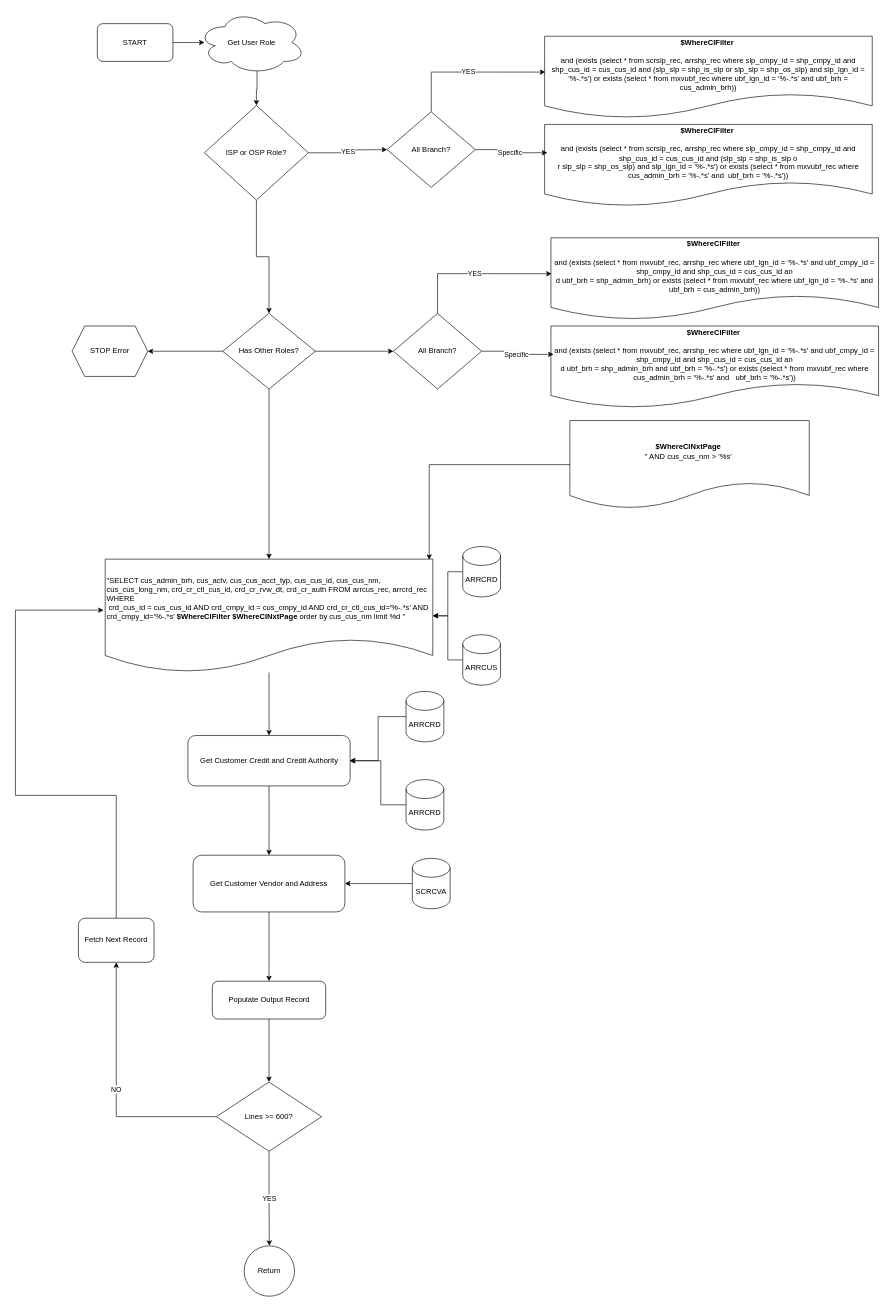
Earlier version of the draw.io diagram Get_Customer_Id_by_Credit_Ctl.drawio (eme-invera/Customer_Maintenance). Source tidied: cells renumbered, new cells numbered last; positions are measured from the earlier drawing's top-left corner, leaving out a move shared by most shapes. Both pictures are drawn from the tidied source at 63%, with x=0, y=0 at pixel (15, 11).
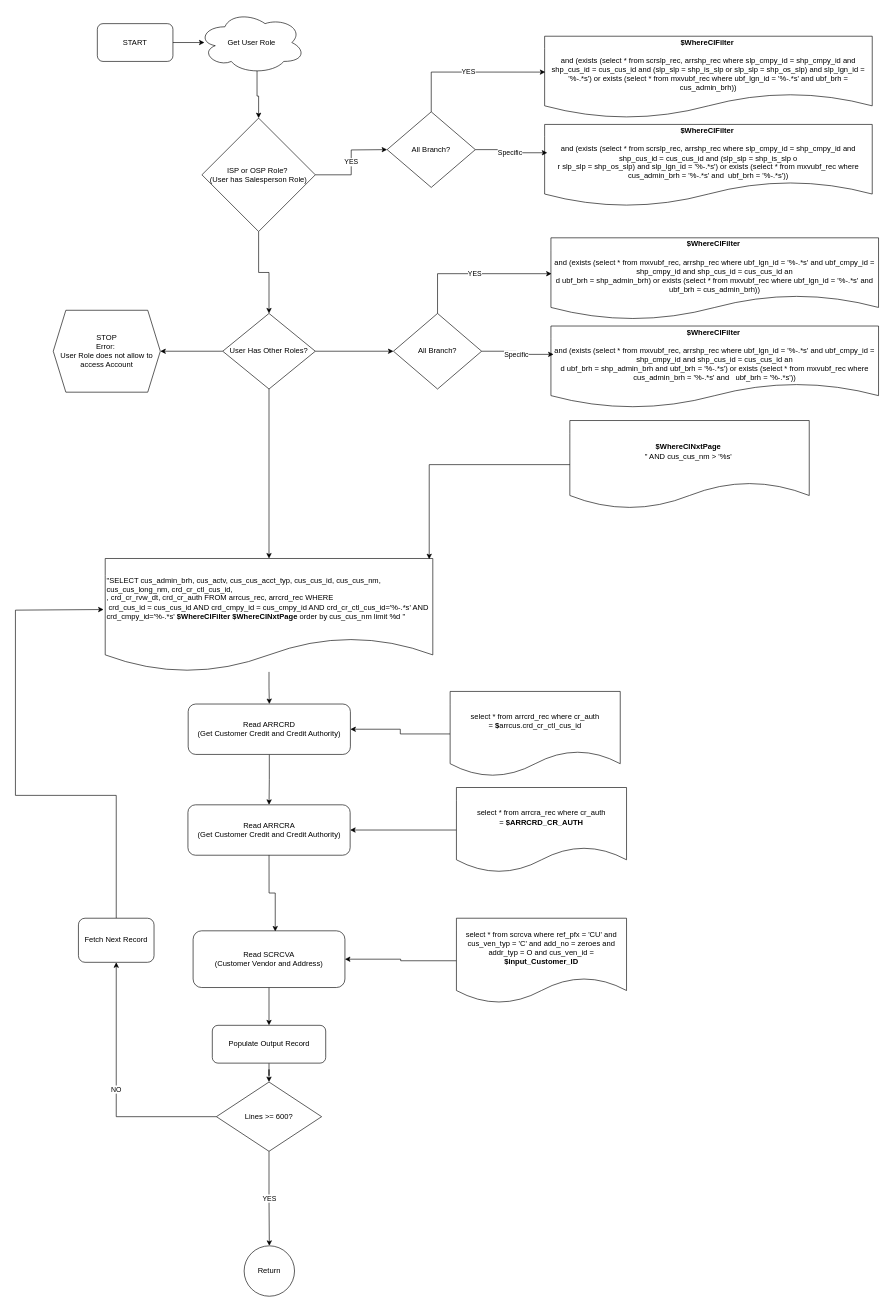
After the change.

What changed in the source:
```diff
@@
-    <mxCell id="3" style="edgeStyle=orthogonalEdgeStyle;rounded=0;jettySize=auto;html=1;" parent="1" edge="1" source="4" target="33">
+    <mxCell id="3" style="edgeStyle=orthogonalEdgeStyle;rounded=0;jettySize=auto;html=1;" parent="1" edge="1" source="4" target="58">
       <mxGeometry relative="1" as="geometry" />
     </mxCell>
-    <mxCell id="4" value="&lt;div&gt;&quot;SELECT cus_admin_brh, cus_actv, cus_cus_acct_typ, cus_cus_id, cus_cus_nm, cus_cus_long_nm, crd_cr_ctl_cus_id, crd_cr_rvw_dt, crd_cr_auth FROM arrcus_rec, arrcrd_rec WHERE&lt;/div&gt;&lt;div&gt;&amp;nbsp;crd_cus_id = cus_cus_id AND crd_cmpy_id = cus_cmpy_id AND crd_cr_ctl_cus_id='%-.*s' AND crd_cmpy_id='%-.*s' &lt;b&gt;$WhereClFilter $WhereClNxtPage&amp;nbsp;&lt;/b&gt;order by cus_cus_nm limit %d &quot;&lt;/div&gt;" style="shape=document;html=1;boundedLbl=1;whiteSpace=wrap;align=left;" parent="1" vertex="1">
-      <mxGeometry x="142.5" y="870" width="520" height="180" as="geometry" />
+    <mxCell id="4" value="&lt;div&gt;&quot;SELECT cus_admin_brh, cus_actv, cus_cus_acct_typ, cus_cus_id, cus_cus_nm, cus_cus_long_nm,&amp;nbsp;crd_cr_ctl_cus_id,&amp;nbsp;&lt;/div&gt;&lt;div&gt;, crd_cr_rvw_dt, crd_cr_auth FROM arrcus_rec, arrcrd_rec WHERE&lt;/div&gt;&lt;div&gt;&amp;nbsp;crd_cus_id = cus_cus_id AND crd_cmpy_id = cus_cmpy_id AND crd_cr_ctl_cus_id='%-.*s' AND crd_cmpy_id='%-.*s' &lt;b&gt;$WhereClFilter $WhereClNxtPage&amp;nbsp;&lt;/b&gt;order by cus_cus_nm limit %d &quot;&lt;/div&gt;" style="shape=document;html=1;boundedLbl=1;whiteSpace=wrap;align=left;" parent="1" vertex="1">
+      <mxGeometry x="142.5" y="869" width="520" height="180" as="geometry" />
     </mxCell>
-    <mxCell id="5" style="edgeStyle=orthogonalEdgeStyle;rounded=0;jettySize=auto;html=1;" parent="1" edge="1" source="6" target="4">
-      <mxGeometry relative="1" as="geometry" />
-    </mxCell>
-    <mxCell id="6" value="ARRCRD" style="shape=cylinder3;whiteSpace=wrap;html=1;boundedLbl=1;backgroundOutline=1;size=15;" parent="1" vertex="1">
-      <mxGeometry x="710" y="850" width="60" height="80" as="geometry" />
-    </mxCell>
-    <mxCell id="7" style="edgeStyle=orthogonalEdgeStyle;rounded=0;jettySize=auto;html=1;" parent="1" edge="1" source="8" target="4">
-      <mxGeometry relative="1" as="geometry" />
-    </mxCell>
-    <mxCell id="8" value="ARRCUS" style="shape=cylinder3;whiteSpace=wrap;html=1;boundedLbl=1;backgroundOutline=1;size=15;" parent="1" vertex="1">
-      <mxGeometry x="710" y="990" width="60" height="80" as="geometry" />
-    </mxCell>
@@
-    <mxCell id="13" value="ISP or OSP Role?" style="rhombus;whiteSpace=wrap;html=1;" parent="1" vertex="1">
-      <mxGeometry x="300" y="150" width="165" height="150" as="geometry" />
+    <mxCell id="13" value="ISP or OSP Role?&amp;nbsp;&lt;br&gt;(User has Salesperson Role)" style="rhombus;whiteSpace=wrap;html=1;" parent="1" vertex="1">
+      <mxGeometry x="296" y="170" width="180" height="180" as="geometry" />
     </mxCell>
@@
-    <mxCell id="19" value="Has Other Roles?" style="rhombus;whiteSpace=wrap;html=1;" parent="1" vertex="1">
+    <mxCell id="19" value="User Has Other Roles?" style="rhombus;whiteSpace=wrap;html=1;" parent="1" vertex="1">
       <mxGeometry x="329" y="480" width="147" height="120" as="geometry" />
     </mxCell>
@@
-    <mxCell id="24" value="STOP Error" style="shape=hexagon;perimeter=hexagonPerimeter2;whiteSpace=wrap;html=1;fixedSize=1;" parent="1" vertex="1">
-      <mxGeometry x="90" y="500" width="120" height="80" as="geometry" />
+    <mxCell id="24" value="STOP &lt;br&gt;Error:&amp;nbsp;&lt;br&gt;User Role does not allow to access Account" style="shape=hexagon;perimeter=hexagonPerimeter2;whiteSpace=wrap;html=1;fixedSize=1;" parent="1" vertex="1">
+      <mxGeometry x="60" y="475" width="170" height="130" as="geometry" />
     </mxCell>
@@
-    <mxCell id="32" style="edgeStyle=orthogonalEdgeStyle;rounded=0;jettySize=auto;html=1;exitX=0.5;exitY=1;exitDx=0;exitDy=0;entryX=0.5;entryY=0;entryDx=0;entryDy=0;" parent="1" edge="1" source="33" target="39">
-      <mxGeometry relative="1" as="geometry" />
-    </mxCell>
-    <mxCell id="33" value="Get Customer Credit and Credit Authority" style="rounded=1;whiteSpace=wrap;html=1;" parent="1" vertex="1">
-      <mxGeometry x="273.8" y="1150" width="257.5" height="80" as="geometry" />
-    </mxCell>
-    <mxCell id="34" style="edgeStyle=orthogonalEdgeStyle;rounded=0;jettySize=auto;html=1;exitX=0;exitY=0.5;exitDx=0;exitDy=0;exitPerimeter=0;entryX=1;entryY=0.5;entryDx=0;entryDy=0;" parent="1" edge="1" source="35" target="33">
-      <mxGeometry relative="1" as="geometry" />
-    </mxCell>
-    <mxCell id="35" value="ARRCRD" style="shape=cylinder3;whiteSpace=wrap;html=1;boundedLbl=1;backgroundOutline=1;size=15;" parent="1" vertex="1">
-      <mxGeometry x="620" y="1080" width="60" height="80" as="geometry" />
-    </mxCell>
-    <mxCell id="36" style="edgeStyle=orthogonalEdgeStyle;rounded=0;jettySize=auto;html=1;exitX=0;exitY=0.5;exitDx=0;exitDy=0;exitPerimeter=0;" parent="1" edge="1" source="37">
-      <mxGeometry relative="1" as="geometry">
-        <mxPoint x="530" y="1190" as="targetPoint" />
-        <Array as="points">
-          <mxPoint x="580" y="1260" />
-          <mxPoint x="580" y="1190" />
-        </Array>
-      </mxGeometry>
-    </mxCell>
-    <mxCell id="37" value="ARRCRD" style="shape=cylinder3;whiteSpace=wrap;html=1;boundedLbl=1;backgroundOutline=1;size=15;" parent="1" vertex="1">
-      <mxGeometry x="620" y="1220" width="60" height="80" as="geometry" />
-    </mxCell>
-    <mxCell id="38" style="edgeStyle=orthogonalEdgeStyle;rounded=0;jettySize=auto;html=1;exitX=0.5;exitY=1;exitDx=0;exitDy=0;" parent="1" edge="1" source="39" target="48">
+    <mxCell id="38" style="edgeStyle=orthogonalEdgeStyle;rounded=0;jettySize=auto;html=1;exitX=0.5;exitY=1;exitDx=0;exitDy=0;" parent="1" edge="1" source="51" target="48">
       <mxGeometry relative="1" as="geometry" />
     </mxCell>
-    <mxCell id="39" value="Get Customer Vendor and Address" style="rounded=1;whiteSpace=wrap;html=1;" parent="1" vertex="1">
-      <mxGeometry x="282" y="1340" width="241" height="90" as="geometry" />
-    </mxCell>
-    <mxCell id="40" style="edgeStyle=orthogonalEdgeStyle;rounded=0;jettySize=auto;html=1;exitX=0;exitY=0.5;exitDx=0;exitDy=0;exitPerimeter=0;entryX=1;entryY=0.5;entryDx=0;entryDy=0;" parent="1" edge="1" source="41" target="39">
-      <mxGeometry relative="1" as="geometry" />
-    </mxCell>
-    <mxCell id="41" value="SCRCVA" style="shape=cylinder3;whiteSpace=wrap;html=1;boundedLbl=1;backgroundOutline=1;size=15;" parent="1" vertex="1">
-      <mxGeometry x="630" y="1345" width="60" height="80" as="geometry" />
-    </mxCell>
@@
     <mxCell id="48" value="Populate Output Record" style="rounded=1;whiteSpace=wrap;html=1;" parent="1" vertex="1">
-      <mxGeometry x="312.5" y="1540" width="180" height="60" as="geometry" />
+      <mxGeometry x="312.5" y="1610" width="180" height="60" as="geometry" />
     </mxCell>
@@
+    <mxCell id="50" value="&lt;div&gt;Read ARRCRA&lt;/div&gt;(Get Customer Credit and Credit Authority)" style="rounded=1;whiteSpace=wrap;html=1;" parent="1" vertex="1">
+      <mxGeometry x="273.8" y="1260" width="257.5" height="80" as="geometry" />
+    </mxCell>
+    <mxCell id="51" value="Read SCRCVA&lt;br&gt;(Customer Vendor and Address)" style="rounded=1;whiteSpace=wrap;html=1;" parent="1" vertex="1">
+      <mxGeometry x="282" y="1460" width="241" height="90" as="geometry" />
+    </mxCell>
+    <mxCell id="52" style="edgeStyle=orthogonalEdgeStyle;rounded=0;jettySize=auto;html=1;entryX=1;entryY=0.5;entryDx=0;entryDy=0;" parent="1" edge="1" source="53" target="51">
+      <mxGeometry relative="1" as="geometry" />
+    </mxCell>
+    <mxCell id="53" value="select * from scrcva where&amp;nbsp;ref_pfx = 'CU' and cus_ven_typ = 'C' and add_no = zeroes and addr_typ = O and cus_ven_id = &lt;b&gt;$input_Customer_ID&lt;/b&gt;" style="shape=document;whiteSpace=wrap;html=1;boundedLbl=1;" parent="1" vertex="1">
+      <mxGeometry x="700" y="1440" width="270" height="135" as="geometry" />
+    </mxCell>
+    <mxCell id="54" style="edgeStyle=orthogonalEdgeStyle;rounded=0;jettySize=auto;html=1;" parent="1" edge="1" source="55" target="50">
+      <mxGeometry relative="1" as="geometry" />
+    </mxCell>
+    <mxCell id="55" value="select * from arrcra_rec where cr_auth =&amp;nbsp;&lt;b&gt;$ARRCRD_CR_AUTH&lt;/b&gt;" style="shape=document;whiteSpace=wrap;html=1;boundedLbl=1;" parent="1" vertex="1">
+      <mxGeometry x="700" y="1232.5" width="270" height="135" as="geometry" />
+    </mxCell>
+    <mxCell id="56" style="edgeStyle=orthogonalEdgeStyle;rounded=0;jettySize=auto;html=1;exitX=0.5;exitY=1;exitDx=0;exitDy=0;entryX=0.541;entryY=0.011;entryDx=0;entryDy=0;entryPerimeter=0;" parent="1" edge="1" source="50" target="51">
+      <mxGeometry relative="1" as="geometry" />
+    </mxCell>
+    <mxCell id="57" style="edgeStyle=orthogonalEdgeStyle;rounded=0;jettySize=auto;html=1;entryX=0.5;entryY=0;entryDx=0;entryDy=0;" parent="1" edge="1" source="58" target="50">
+      <mxGeometry relative="1" as="geometry" />
+    </mxCell>
+    <mxCell id="58" value="&lt;div&gt;Read ARRCRD&lt;/div&gt;(Get Customer Credit and Credit Authority)" style="rounded=1;whiteSpace=wrap;html=1;" parent="1" vertex="1">
+      <mxGeometry x="274.2" y="1100" width="257.5" height="80" as="geometry" />
+    </mxCell>
+    <mxCell id="59" style="edgeStyle=orthogonalEdgeStyle;rounded=0;jettySize=auto;html=1;" parent="1" edge="1" source="60" target="58">
+      <mxGeometry relative="1" as="geometry" />
+    </mxCell>
+    <mxCell id="60" value="&lt;div style=&quot;&quot;&gt;&lt;span style=&quot;background-color: transparent; color: light-dark(rgb(0, 0, 0), rgb(255, 255, 255));&quot;&gt;select * from arrcrd_rec where cr_auth =&amp;nbsp;&lt;/span&gt;&lt;b style=&quot;background-color: transparent; color: light-dark(rgb(0, 0, 0), rgb(255, 255, 255));&quot;&gt;$&lt;/b&gt;&lt;span style=&quot;background-color: transparent; color: light-dark(rgb(0, 0, 0), rgb(255, 255, 255));&quot;&gt;arrcus.&lt;/span&gt;&lt;span style=&quot;background-color: transparent;&quot;&gt;crd_cr_ctl_cus_id&lt;/span&gt;&lt;/div&gt;" style="shape=document;whiteSpace=wrap;html=1;boundedLbl=1;align=center;" parent="1" vertex="1">
+      <mxGeometry x="690" y="1080" width="270" height="135" as="geometry" />
+    </mxCell>
```
